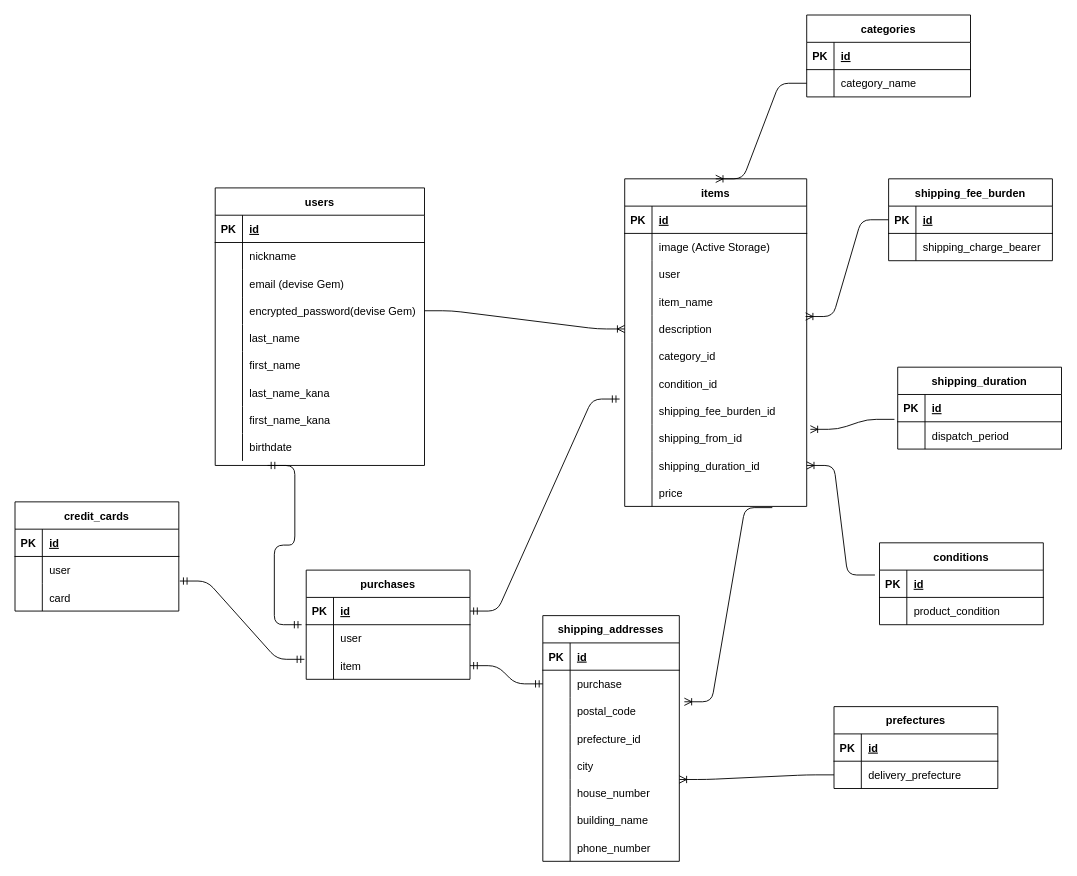
Earlier version of the draw.io diagram er.dio (sidrug21/furima-38607). Source tidied: cells renumbered, new cells numbered last; positions are measured from the earlier drawing's top-left corner, leaving out a move shared by most shapes. Both pictures are drawn from the tidied source at 91%, with x=0, y=0 at pixel (15, 15).
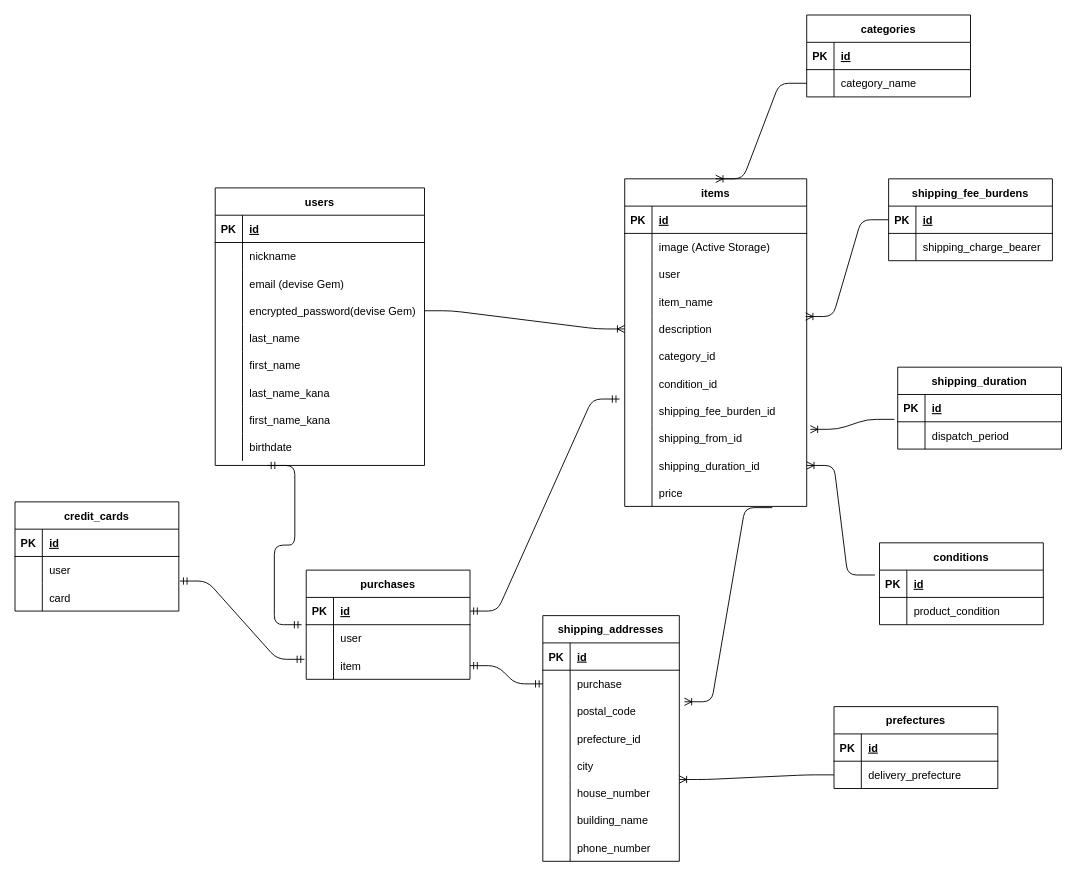
After the change.

Commit message:
データベース設計の修正_3

Change to the diagram source:
```diff
@@
-    <mxCell id="115" value="shipping_fee_burden" style="shape=table;startSize=30;childLayout=tableLayout;rowLines=0;fontStyle=1;align=center;fontColor=default;" parent="1" vertex="1">
+    <mxCell id="115" value="shipping_fee_burdens" style="shape=table;startSize=30;childLayout=tableLayout;rowLines=0;fontStyle=1;align=center;fontColor=default;" parent="1" vertex="1">
       <mxGeometry x="960" y="180" width="180" height="90" as="geometry" />
     </mxCell>
```
